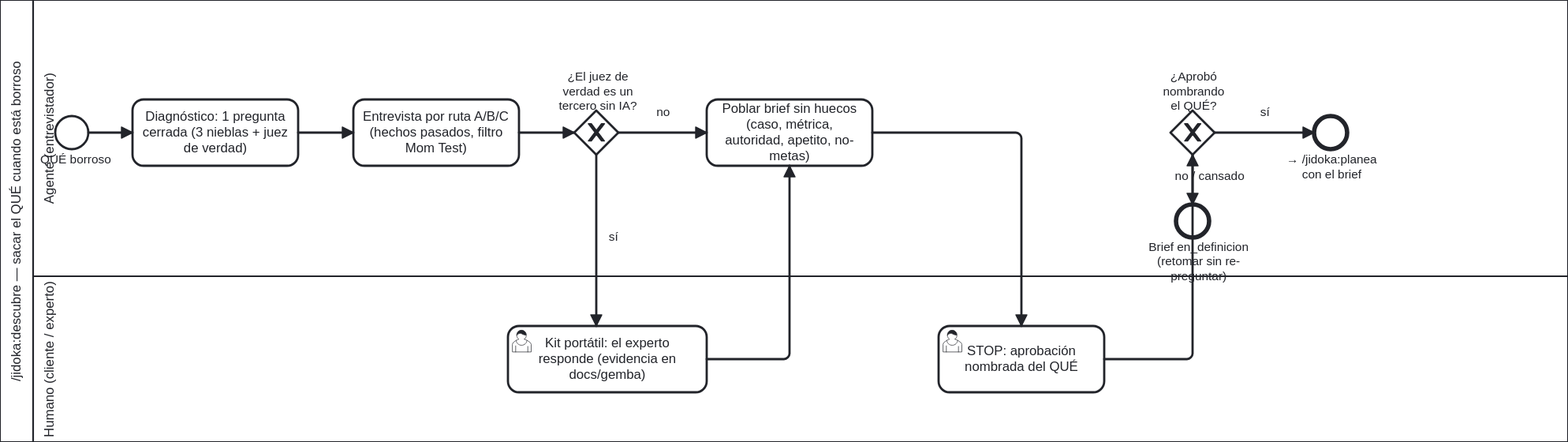
ArmandoMedina/jidoka keeps this BPMN diagram as docs/atlas/render/11-descubre-as-is.svg. Above is the earlier version. Its source is kept beside it as docs/atlas/10-ritual/11-descubre-as-is.bpmn. Ids are renumbered.
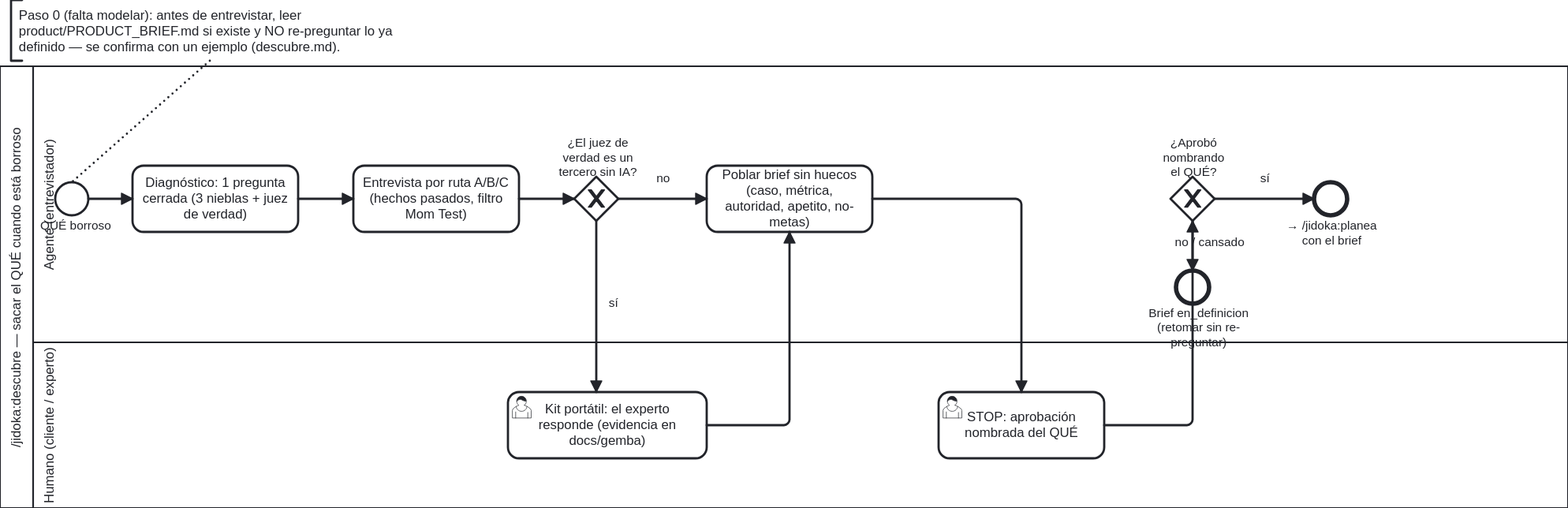
Later version of the same file.

What changed in the source:
```diff
@@ -70,6 +70,10 @@
     <bpmn:sequenceFlow id="f_aprob_gw" sourceRef="U_Aprobar" targetRef="Gw_Aprob"/>
     <bpmn:sequenceFlow id="f_si_aprob" name="sí" sourceRef="Gw_Aprob" targetRef="End_Planea"/>
     <bpmn:sequenceFlow id="f_no_aprob" name="no / cansado" sourceRef="Gw_Aprob" targetRef="End_Definicion"/>
+    <bpmn:textAnnotation id="Ann_Paso0">
+      <bpmn:text>Paso 0 (falta modelar): antes de entrevistar, leer product/PRODUCT_BRIEF.md si existe y NO re-preguntar lo ya definido — se confirma con un ejemplo (descubre.md).</bpmn:text>
+    </bpmn:textAnnotation>
+    <bpmn:association id="Assoc_Paso0" sourceRef="Ann_Paso0" targetRef="Start"/>
   </bpmn:process>
   <bpmndi:BPMNDiagram id="Diagram_11_Descubre">
     <bpmndi:BPMNPlane id="Plane_11_Descubre" bpmnElement="Collab_Descubre">
@@ -160,6 +164,13 @@
         <di:waypoint x="1240" y="220"/>
         <di:waypoint x="1240" y="265"/>
       </bpmndi:BPMNEdge>
+      <bpmndi:BPMNShape id="Shape_Ann_Paso0" bpmnElement="Ann_Paso0">
+        <dc:Bounds x="170" y="20" width="360" height="55"/>
+      </bpmndi:BPMNShape>
+      <bpmndi:BPMNEdge id="Edge_Assoc_Paso0" bpmnElement="Assoc_Paso0">
+        <di:waypoint x="350" y="75"/>
+        <di:waypoint x="225" y="185"/>
+      </bpmndi:BPMNEdge>
     </bpmndi:BPMNPlane>
   </bpmndi:BPMNDiagram>
 </bpmn:definitions>
```
